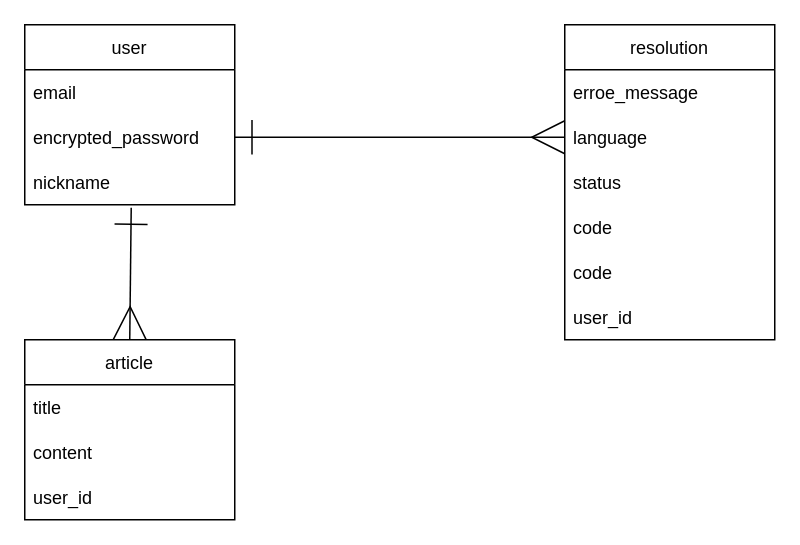
Above: db.dio in tyomo-kei/output (draw.io), before the change. Source tidied: cells renumbered, new cells numbered last; positions are measured from the earlier drawing's top-left corner, leaving out a move shared by most shapes. Both pictures are drawn from the tidied source at 150%, with x=0, y=0 at pixel (24, 24).
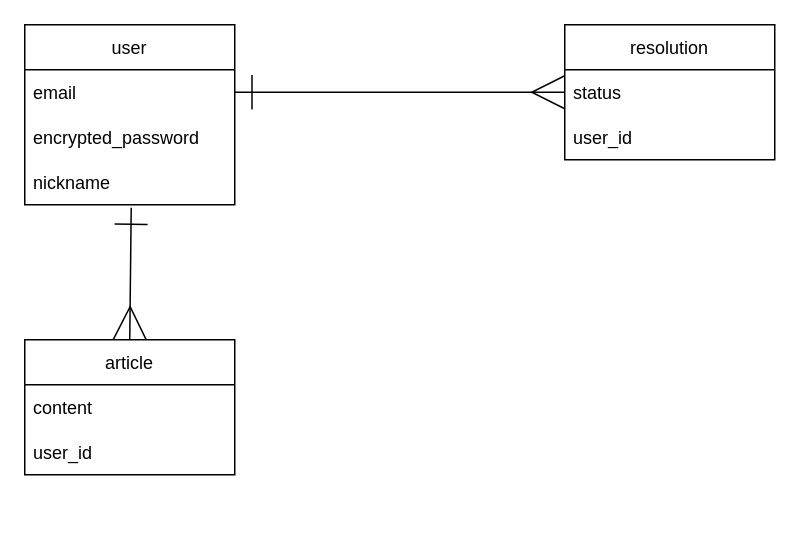
The same diagram, later.

Diff of the diagram source:
```diff
@@
 <mxGraphModel>
   <root>
     <mxCell id="0" />
     <mxCell id="1" parent="0" />
     <mxCell id="2" value="user" style="swimlane;fontStyle=0;horizontal=1;startSize=30;" parent="1" vertex="1">
       <mxGeometry width="140" height="120" as="geometry" />
     </mxCell>
     <mxCell id="3" value="email" style="text;strokeColor=none;fillColor=none;align=left;verticalAlign=middle;spacingLeft=4;spacingRight=4;overflow=hidden;points=[[0,0.5],[1,0.5]];portConstraint=eastwest;" parent="2" vertex="1">
       <mxGeometry y="30" width="140" height="30" as="geometry" />
     </mxCell>
     <mxCell id="4" value="encrypted_password" style="text;strokeColor=none;fillColor=none;align=left;verticalAlign=middle;spacingLeft=4;spacingRight=4;overflow=hidden;" parent="2" vertex="1">
       <mxGeometry y="60" width="140" height="30" as="geometry" />
     </mxCell>
     <mxCell id="5" value="nickname" style="text;strokeColor=none;fillColor=none;align=left;verticalAlign=middle;spacingLeft=4;spacingRight=4;overflow=hidden;points=[[0,0.5],[1,0.5]];portConstraint=eastwest;" parent="2" vertex="1">
       <mxGeometry y="90" width="140" height="30" as="geometry" />
     </mxCell>
     <mxCell id="6" value="resolution" style="swimlane;fontStyle=0;horizontal=1;startSize=30;" parent="1" vertex="1">
-      <mxGeometry x="360" width="140" height="210" as="geometry" />
+      <mxGeometry x="360" width="140" height="90" as="geometry" />
     </mxCell>
-    <mxCell id="7" value="erroe_message" style="text;strokeColor=none;fillColor=none;align=left;verticalAlign=middle;spacingLeft=4;spacingRight=4;overflow=hidden;" parent="6" vertex="1">
-      <mxGeometry y="30" width="140" height="30" as="geometry" />
-    </mxCell>
-    <mxCell id="8" value="language" style="text;strokeColor=none;fillColor=none;align=left;verticalAlign=middle;spacingLeft=4;spacingRight=4;overflow=hidden;points=[[0,0.5],[1,0.5]];portConstraint=eastwest;" parent="6" vertex="1">
-      <mxGeometry y="60" width="140" height="30" as="geometry" />
-    </mxCell>
     <mxCell id="9" value="status" style="text;strokeColor=none;fillColor=none;align=left;verticalAlign=middle;spacingLeft=4;spacingRight=4;overflow=hidden;" parent="6" vertex="1">
-      <mxGeometry y="90" width="140" height="30" as="geometry" />
+      <mxGeometry y="30" width="140" height="30" as="geometry" />
     </mxCell>
-    <mxCell id="10" value="code" style="text;strokeColor=none;fillColor=none;align=left;verticalAlign=middle;spacingLeft=4;spacingRight=4;overflow=hidden;" parent="6" vertex="1">
-      <mxGeometry y="120" width="140" height="30" as="geometry" />
-    </mxCell>
-    <mxCell id="11" value="code" style="text;strokeColor=none;fillColor=none;align=left;verticalAlign=middle;spacingLeft=4;spacingRight=4;overflow=hidden;" parent="6" vertex="1">
-      <mxGeometry y="150" width="140" height="30" as="geometry" />
-    </mxCell>
     <mxCell id="12" value="user_id" style="text;strokeColor=none;fillColor=none;align=left;verticalAlign=middle;spacingLeft=4;spacingRight=4;overflow=hidden;" parent="6" vertex="1">
-      <mxGeometry y="180" width="140" height="30" as="geometry" />
+      <mxGeometry y="60" width="140" height="30" as="geometry" />
     </mxCell>
-    <mxCell id="13" style="edgeStyle=none;html=1;exitX=1;exitY=0.5;exitDx=0;exitDy=0;entryX=0;entryY=0.5;entryDx=0;entryDy=0;startArrow=ERone;startFill=0;targetPerimeterSpacing=20;endArrow=ERmany;endFill=0;sourcePerimeterSpacing=20;endSize=20;startSize=21;" parent="1" edge="1" target="8">
+    <mxCell id="13" style="edgeStyle=none;html=1;exitX=1;exitY=0.5;exitDx=0;exitDy=0;entryX=0;entryY=0.5;entryDx=0;entryDy=0;startArrow=ERone;startFill=0;targetPerimeterSpacing=20;endArrow=ERmany;endFill=0;sourcePerimeterSpacing=20;endSize=20;startSize=21;" parent="1" edge="1" source="3">
       <mxGeometry relative="1" as="geometry">
-        <mxPoint x="140" y="75" as="sourcePoint" />
+        <mxPoint x="360" y="45" as="targetPoint" />
       </mxGeometry>
     </mxCell>
     <mxCell id="14" style="edgeStyle=none;html=1;exitX=0.507;exitY=1.067;exitDx=0;exitDy=0;startArrow=ERone;startFill=0;endArrow=ERmany;endFill=0;endSize=20;startSize=20;targetPerimeterSpacing=20;sourcePerimeterSpacing=20;exitPerimeter=0;entryX=0.5;entryY=0;entryDx=0;entryDy=0;" parent="1" edge="1" source="5" target="15">
       <mxGeometry relative="1" as="geometry" />
     </mxCell>
     <mxCell id="15" value="article" style="swimlane;fontStyle=0;horizontal=1;startSize=30;" parent="1" vertex="1">
-      <mxGeometry y="210" width="140" height="120" as="geometry" />
+      <mxGeometry y="210" width="140" height="90" as="geometry" />
     </mxCell>
-    <mxCell id="16" value="title" style="text;strokeColor=none;fillColor=none;align=left;verticalAlign=middle;spacingLeft=4;spacingRight=4;overflow=hidden;" parent="15" vertex="1">
-      <mxGeometry y="30" width="140" height="30" as="geometry" />
-    </mxCell>
     <mxCell id="17" value="content" style="text;strokeColor=none;fillColor=none;align=left;verticalAlign=middle;spacingLeft=4;spacingRight=4;overflow=hidden;" parent="15" vertex="1">
-      <mxGeometry y="60" width="140" height="30" as="geometry" />
+      <mxGeometry y="30" width="140" height="30" as="geometry" />
     </mxCell>
     <mxCell id="18" value="user_id" style="text;strokeColor=none;fillColor=none;align=left;verticalAlign=middle;spacingLeft=4;spacingRight=4;overflow=hidden;" parent="15" vertex="1">
-      <mxGeometry y="90" width="140" height="30" as="geometry" />
+      <mxGeometry y="60" width="140" height="30" as="geometry" />
     </mxCell>
   </root>
 </mxGraphModel>
```
